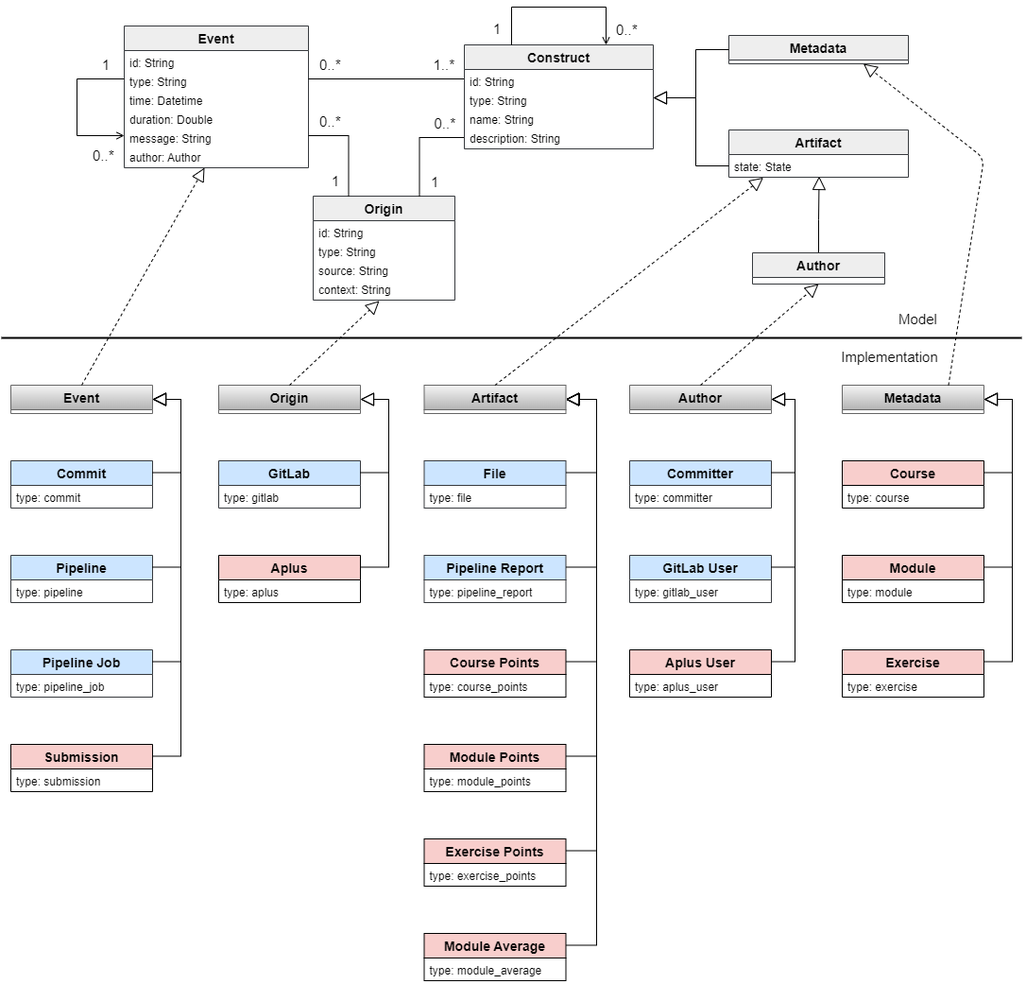
Above: documentation/adapters/general/images/model-implementation.png in heikkilv/VISDOM-data-management-system (draw.io), before the change. Source tidied: cells renumbered, new cells last; positions are measured from the earlier drawing's top-left corner, leaving out a move shared by most shapes.
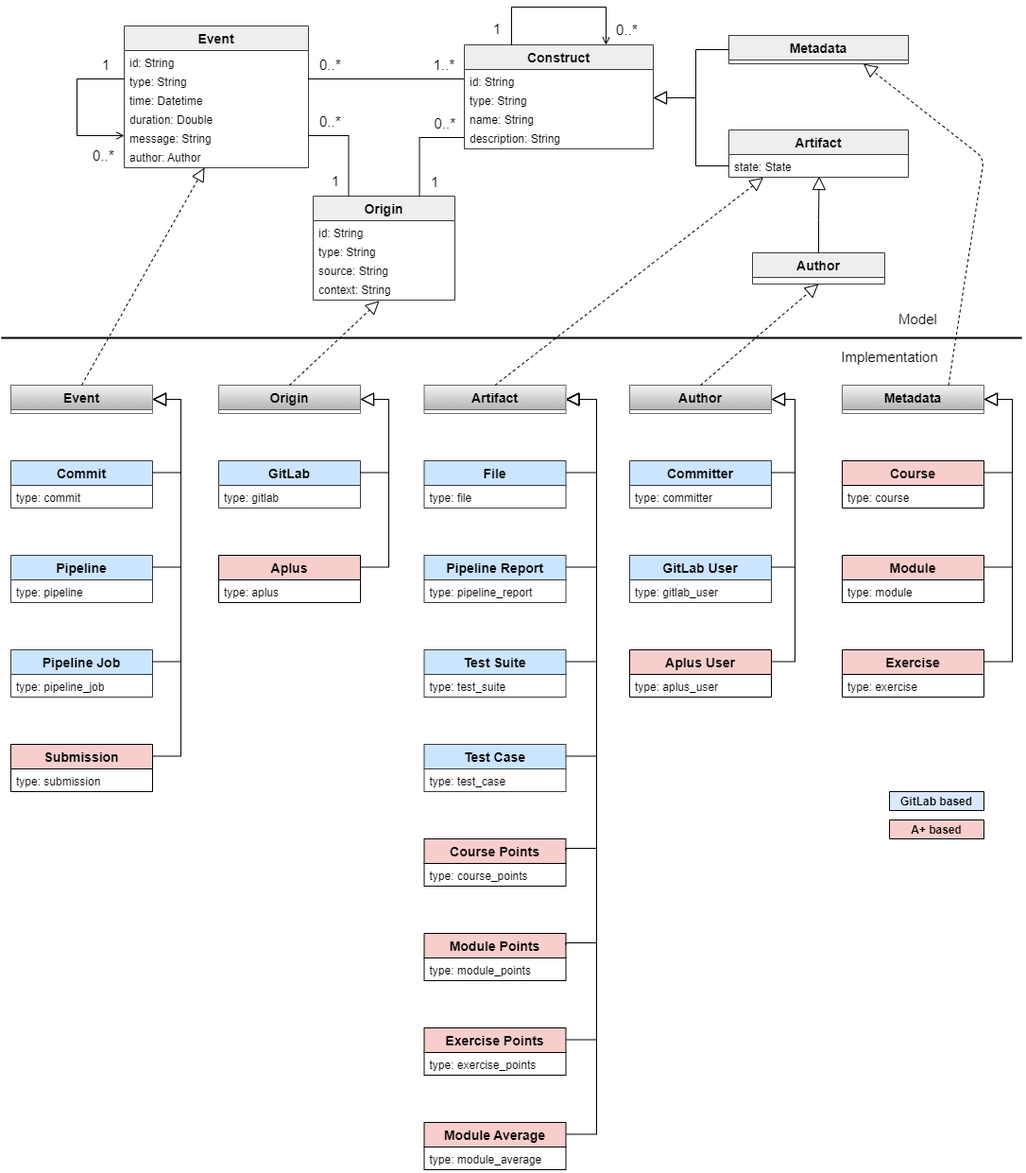
After the commit.

Commit message:
Data model images updated.

Diff of the diagram source:
```diff
@@ -394,19 +394,19 @@
       </mxGeometry>
     </mxCell>
     <mxCell id="96" value="Course Points" style="swimlane;fontStyle=1;horizontal=1;startSize=26;fillColor=#f8cecc;fontSize=14;spacing=0;strokeColor=#000000;" parent="1" vertex="1">
-      <mxGeometry x="447.5" y="680" width="150" height="50" as="geometry" />
+      <mxGeometry x="447.5" y="880" width="150" height="50" as="geometry" />
     </mxCell>
     <mxCell id="97" value="type: course_points" style="text;strokeColor=none;fillColor=none;align=left;verticalAlign=top;spacingLeft=4;spacingRight=2;overflow=hidden;spacing=2;" parent="96" vertex="1">
       <mxGeometry y="26" width="150" height="24" as="geometry" />
     </mxCell>
     <mxCell id="98" value="Module Points" style="swimlane;fontStyle=1;horizontal=1;startSize=26;fillColor=#f8cecc;fontSize=14;spacing=0;strokeColor=#000000;" parent="1" vertex="1">
-      <mxGeometry x="447.5" y="780" width="150" height="50" as="geometry" />
+      <mxGeometry x="447.5" y="980" width="150" height="50" as="geometry" />
     </mxCell>
     <mxCell id="99" value="type: module_points" style="text;strokeColor=none;fillColor=none;align=left;verticalAlign=top;spacingLeft=4;spacingRight=2;overflow=hidden;spacing=2;" parent="98" vertex="1">
       <mxGeometry y="26" width="150" height="24" as="geometry" />
     </mxCell>
     <mxCell id="100" value="Exercise Points" style="swimlane;fontStyle=1;horizontal=1;startSize=26;fillColor=#f8cecc;fontSize=14;spacing=0;strokeColor=#000000;" parent="1" vertex="1">
-      <mxGeometry x="447.5" y="880" width="150" height="50" as="geometry" />
+      <mxGeometry x="447.5" y="1080" width="150" height="50" as="geometry" />
     </mxCell>
     <mxCell id="101" value="type: exercise_points" style="text;strokeColor=none;fillColor=none;align=left;verticalAlign=top;spacingLeft=4;spacingRight=2;overflow=hidden;spacing=2;" parent="100" vertex="1">
       <mxGeometry y="26" width="150" height="24" as="geometry" />
@@ -414,7 +414,8 @@
     <mxCell id="102" style="edgeStyle=orthogonalEdgeStyle;rounded=0;jettySize=auto;html=1;fontSize=14;startArrow=none;startFill=0;endArrow=block;endFill=0;endSize=12;exitX=1;exitY=0.25;exitDx=0;exitDy=0;entryX=1;entryY=0.5;entryDx=0;entryDy=0;" parent="1" edge="1" source="96" target="45">
       <mxGeometry relative="1" as="geometry">
         <Array as="points">
-          <mxPoint x="630" y="693" />
+          <mxPoint x="598" y="890" />
+          <mxPoint x="630" y="890" />
           <mxPoint x="630" y="415" />
         </Array>
       </mxGeometry>
@@ -422,7 +423,8 @@
     <mxCell id="103" style="edgeStyle=orthogonalEdgeStyle;rounded=0;jettySize=auto;html=1;fontSize=14;startArrow=none;startFill=0;endArrow=block;endFill=0;endSize=12;exitX=1;exitY=0.25;exitDx=0;exitDy=0;entryX=1;entryY=0.5;entryDx=0;entryDy=0;" parent="1" edge="1" source="98" target="45">
       <mxGeometry relative="1" as="geometry">
         <Array as="points">
-          <mxPoint x="630" y="793" />
+          <mxPoint x="598" y="990" />
+          <mxPoint x="630" y="990" />
           <mxPoint x="630" y="415" />
         </Array>
       </mxGeometry>
@@ -430,13 +432,13 @@
     <mxCell id="104" style="edgeStyle=orthogonalEdgeStyle;rounded=0;jettySize=auto;html=1;fontSize=14;startArrow=none;startFill=0;endArrow=block;endFill=0;endSize=12;exitX=1;exitY=0.25;exitDx=0;exitDy=0;entryX=1;entryY=0.5;entryDx=0;entryDy=0;" parent="1" edge="1" source="100" target="45">
       <mxGeometry relative="1" as="geometry">
         <Array as="points">
-          <mxPoint x="630" y="893" />
+          <mxPoint x="630" y="1093" />
           <mxPoint x="630" y="415" />
         </Array>
       </mxGeometry>
     </mxCell>
     <mxCell id="105" value="Module Average" style="swimlane;fontStyle=1;horizontal=1;startSize=26;fillColor=#f8cecc;fontSize=14;spacing=0;strokeColor=#000000;" parent="1" vertex="1">
-      <mxGeometry x="447.5" y="980" width="150" height="50" as="geometry" />
+      <mxGeometry x="447.5" y="1180" width="150" height="50" as="geometry" />
     </mxCell>
     <mxCell id="106" value="type: module_average" style="text;strokeColor=none;fillColor=none;align=left;verticalAlign=top;spacingLeft=4;spacingRight=2;overflow=hidden;spacing=2;" parent="105" vertex="1">
       <mxGeometry y="26" width="150" height="24" as="geometry" />
@@ -444,10 +446,44 @@
     <mxCell id="107" style="edgeStyle=orthogonalEdgeStyle;rounded=0;jettySize=auto;html=1;fontSize=14;startArrow=none;startFill=0;endArrow=block;endFill=0;endSize=12;exitX=1;exitY=0.25;exitDx=0;exitDy=0;entryX=1;entryY=0.5;entryDx=0;entryDy=0;" parent="1" edge="1" source="105" target="45">
       <mxGeometry relative="1" as="geometry">
         <Array as="points">
-          <mxPoint x="630" y="993" />
+          <mxPoint x="630" y="1193" />
           <mxPoint x="630" y="415" />
         </Array>
       </mxGeometry>
     </mxCell>
+    <mxCell id="108" value="Test Suite" style="swimlane;fontStyle=1;horizontal=1;startSize=26;fillColor=#cce5ff;fontSize=14;spacing=0;strokeColor=#36393d;" parent="1" vertex="1">
+      <mxGeometry x="447.5" y="680" width="150" height="50" as="geometry" />
+    </mxCell>
+    <mxCell id="109" value="type: test_suite" style="text;strokeColor=none;fillColor=none;align=left;verticalAlign=top;spacingLeft=4;spacingRight=2;overflow=hidden;spacing=2;" parent="108" vertex="1">
+      <mxGeometry y="26" width="150" height="24" as="geometry" />
+    </mxCell>
+    <mxCell id="110" value="Test Case" style="swimlane;fontStyle=1;horizontal=1;startSize=26;fillColor=#cce5ff;fontSize=14;spacing=0;strokeColor=#36393d;" parent="1" vertex="1">
+      <mxGeometry x="447.5" y="780" width="150" height="50" as="geometry" />
+    </mxCell>
+    <mxCell id="111" value="type: test_case" style="text;strokeColor=none;fillColor=none;align=left;verticalAlign=top;spacingLeft=4;spacingRight=2;overflow=hidden;spacing=2;" parent="110" vertex="1">
+      <mxGeometry y="26" width="150" height="24" as="geometry" />
+    </mxCell>
+    <mxCell id="112" style="edgeStyle=orthogonalEdgeStyle;rounded=0;jettySize=auto;html=1;fontSize=14;startArrow=none;startFill=0;endArrow=block;endFill=0;endSize=12;exitX=1;exitY=0.25;exitDx=0;exitDy=0;entryX=1;entryY=0.5;entryDx=0;entryDy=0;" parent="1" edge="1" source="108" target="45">
+      <mxGeometry relative="1" as="geometry">
+        <Array as="points">
+          <mxPoint x="630" y="693" />
+          <mxPoint x="630" y="415" />
+        </Array>
+      </mxGeometry>
+    </mxCell>
+    <mxCell id="113" style="edgeStyle=orthogonalEdgeStyle;rounded=0;jettySize=auto;html=1;fontSize=14;startArrow=none;startFill=0;endArrow=block;endFill=0;endSize=12;exitX=1;exitY=0.25;exitDx=0;exitDy=0;entryX=1;entryY=0.5;entryDx=0;entryDy=0;" parent="1" edge="1" source="110" target="45">
+      <mxGeometry relative="1" as="geometry">
+        <Array as="points">
+          <mxPoint x="630" y="793" />
+          <mxPoint x="630" y="415" />
+        </Array>
+      </mxGeometry>
+    </mxCell>
+    <mxCell id="114" value="A+ based" style="swimlane;fontStyle=1;horizontal=1;startSize=26;fillColor=#f8cecc;labelBackgroundColor=none;fontSize=12;strokeColor=#000000;" parent="1" vertex="1">
+      <mxGeometry x="940" y="860" width="100" height="20" as="geometry" />
+    </mxCell>
+    <mxCell id="115" value="GitLab based" style="swimlane;fontStyle=1;horizontal=1;startSize=26;fillColor=#dae8fc;labelBackgroundColor=none;fontSize=12;strokeColor=#000000;" parent="1" vertex="1">
+      <mxGeometry x="940" y="830" width="100" height="20" as="geometry" />
+    </mxCell>
   </root>
 </mxGraphModel>
```
